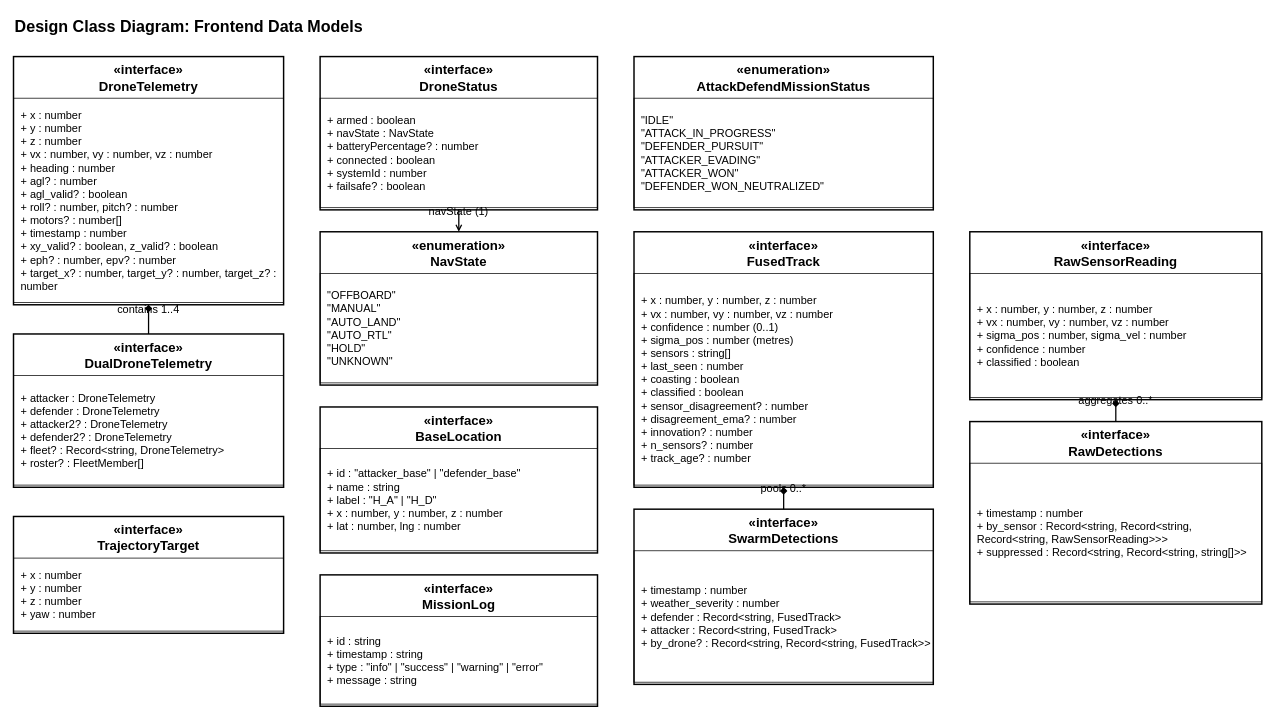
Earlier version of the draw.io diagram 09_class_frontend_models.drawio (sjd-1214/diagrams). Source tidied: cells renumbered, new cells numbered last; positions are measured from the earlier drawing's top-left corner, leaving out a move shared by most shapes. Both pictures are drawn from the tidied source at 73%, with x=0, y=0 at pixel (13, 12).
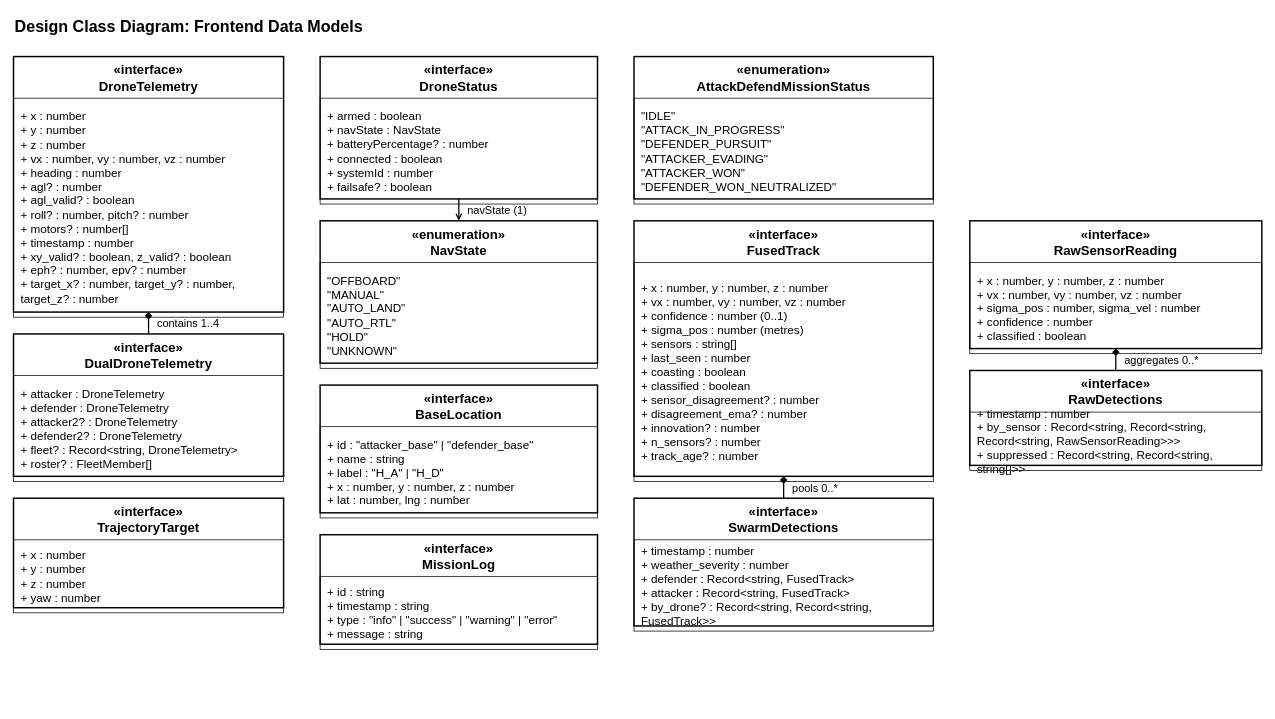
The same page after the edit.

What changed in the source:
```diff
@@
     <mxCell id="3" value="«interface»&lt;br&gt;&lt;b&gt;DroneTelemetry&lt;/b&gt;" style="whiteSpace=wrap;html=1;fillColor=none;strokeColor=#000000;fontFamily=Helvetica;fontColor=#000000;fontStyle=1;verticalAlign=top;spacingTop=2;fontSize=18;strokeWidth=2;" parent="1" vertex="1">
-      <mxGeometry y="60" width="370" height="340" as="geometry" />
+      <mxGeometry y="60" width="370" height="350" as="geometry" />
     </mxCell>
-    <mxCell id="4" value="+ x : number&lt;br&gt;+ y : number&lt;br&gt;+ z : number&lt;br&gt;+ vx : number, vy : number, vz : number&lt;br&gt;+ heading : number&lt;br&gt;+ agl? : number&lt;br&gt;+ agl_valid? : boolean&lt;br&gt;+ roll? : number, pitch? : number&lt;br&gt;+ motors? : number[]&lt;br&gt;+ timestamp : number&lt;br&gt;+ xy_valid? : boolean, z_valid? : boolean&lt;br&gt;+ eph? : number, epv? : number&lt;br&gt;+ target_x? : number, target_y? : number, target_z? : number" style="whiteSpace=wrap;html=1;fillColor=none;strokeColor=#000000;fontFamily=Helvetica;fontColor=#000000;align=left;spacingLeft=8;fontSize=15;" parent="3" vertex="1">
-      <mxGeometry y="57" width="370" height="280" as="geometry" />
+    <mxCell id="4" value="+ x : number&lt;br&gt;+ y : number&lt;br&gt;+ z : number&lt;br&gt;+ vx : number, vy : number, vz : number&lt;br&gt;+ heading : number&lt;br&gt;+ agl? : number&lt;br&gt;+ agl_valid? : boolean&lt;br&gt;+ roll? : number, pitch? : number&lt;br&gt;+ motors? : number[]&lt;br&gt;+ timestamp : number&lt;br&gt;+ xy_valid? : boolean, z_valid? : boolean&lt;br&gt;+ eph? : number, epv? : number&lt;br&gt;+ target_x? : number, target_y? : number, target_z? : number" style="whiteSpace=wrap;html=1;fillColor=none;strokeColor=#000000;fontFamily=Helvetica;fontColor=#000000;align=left;spacingLeft=8;fontSize=16;" parent="3" vertex="1">
+      <mxGeometry y="57" width="370" height="300" as="geometry" />
     </mxCell>
     <mxCell id="5" value="«interface»&lt;br&gt;&lt;b&gt;DualDroneTelemetry&lt;/b&gt;" style="whiteSpace=wrap;html=1;fillColor=none;strokeColor=#000000;fontFamily=Helvetica;fontColor=#000000;fontStyle=1;verticalAlign=top;spacingTop=2;fontSize=18;strokeWidth=2;" parent="1" vertex="1">
-      <mxGeometry y="440" width="370" height="210" as="geometry" />
+      <mxGeometry y="440" width="370" height="195" as="geometry" />
     </mxCell>
-    <mxCell id="6" value="+ attacker : DroneTelemetry&lt;br&gt;+ defender : DroneTelemetry&lt;br&gt;+ attacker2? : DroneTelemetry&lt;br&gt;+ defender2? : DroneTelemetry&lt;br&gt;+ fleet? : Record&amp;lt;string, DroneTelemetry&amp;gt;&lt;br&gt;+ roster? : FleetMember[]" style="whiteSpace=wrap;html=1;fillColor=none;strokeColor=#000000;fontFamily=Helvetica;fontColor=#000000;align=left;spacingLeft=8;fontSize=15;" parent="5" vertex="1">
-      <mxGeometry y="57" width="370" height="150" as="geometry" />
+    <mxCell id="6" value="+ attacker : DroneTelemetry&lt;br&gt;+ defender : DroneTelemetry&lt;br&gt;+ attacker2? : DroneTelemetry&lt;br&gt;+ defender2? : DroneTelemetry&lt;br&gt;+ fleet? : Record&amp;lt;string, DroneTelemetry&amp;gt;&lt;br&gt;+ roster? : FleetMember[]" style="whiteSpace=wrap;html=1;fillColor=none;strokeColor=#000000;fontFamily=Helvetica;fontColor=#000000;align=left;spacingLeft=8;fontSize=16;" parent="5" vertex="1">
+      <mxGeometry y="57" width="370" height="145" as="geometry" />
     </mxCell>
     <mxCell id="7" value="«interface»&lt;br&gt;&lt;b&gt;TrajectoryTarget&lt;/b&gt;" style="whiteSpace=wrap;html=1;fillColor=none;strokeColor=#000000;fontFamily=Helvetica;fontColor=#000000;fontStyle=1;verticalAlign=top;spacingTop=2;fontSize=18;strokeWidth=2;" parent="1" vertex="1">
-      <mxGeometry y="690" width="370" height="160" as="geometry" />
+      <mxGeometry y="665" width="370" height="150" as="geometry" />
     </mxCell>
-    <mxCell id="8" value="+ x : number&lt;br&gt;+ y : number&lt;br&gt;+ z : number&lt;br&gt;+ yaw : number" style="whiteSpace=wrap;html=1;fillColor=none;strokeColor=#000000;fontFamily=Helvetica;fontColor=#000000;align=left;spacingLeft=8;fontSize=15;" parent="7" vertex="1">
+    <mxCell id="8" value="+ x : number&lt;br&gt;+ y : number&lt;br&gt;+ z : number&lt;br&gt;+ yaw : number" style="whiteSpace=wrap;html=1;fillColor=none;strokeColor=#000000;fontFamily=Helvetica;fontColor=#000000;align=left;spacingLeft=8;fontSize=16;" parent="7" vertex="1">
       <mxGeometry y="57" width="370" height="100" as="geometry" />
     </mxCell>
     <mxCell id="9" value="«interface»&lt;br&gt;&lt;b&gt;DroneStatus&lt;/b&gt;" style="whiteSpace=wrap;html=1;fillColor=none;strokeColor=#000000;fontFamily=Helvetica;fontColor=#000000;fontStyle=1;verticalAlign=top;spacingTop=2;fontSize=18;strokeWidth=2;" parent="1" vertex="1">
-      <mxGeometry x="420" y="60" width="380" height="210" as="geometry" />
+      <mxGeometry x="420" y="60" width="380" height="195" as="geometry" />
     </mxCell>
-    <mxCell id="10" value="+ armed : boolean&lt;br&gt;+ navState : NavState&lt;br&gt;+ batteryPercentage? : number&lt;br&gt;+ connected : boolean&lt;br&gt;+ systemId : number&lt;br&gt;+ failsafe? : boolean" style="whiteSpace=wrap;html=1;fillColor=none;strokeColor=#000000;fontFamily=Helvetica;fontColor=#000000;align=left;spacingLeft=8;fontSize=15;" parent="9" vertex="1">
-      <mxGeometry y="57" width="380" height="150" as="geometry" />
+    <mxCell id="10" value="+ armed : boolean&lt;br&gt;+ navState : NavState&lt;br&gt;+ batteryPercentage? : number&lt;br&gt;+ connected : boolean&lt;br&gt;+ systemId : number&lt;br&gt;+ failsafe? : boolean" style="whiteSpace=wrap;html=1;fillColor=none;strokeColor=#000000;fontFamily=Helvetica;fontColor=#000000;align=left;spacingLeft=8;fontSize=16;" parent="9" vertex="1">
+      <mxGeometry y="57" width="380" height="145" as="geometry" />
     </mxCell>
     <mxCell id="11" value="«enumeration»&lt;br&gt;&lt;b&gt;NavState&lt;/b&gt;" style="whiteSpace=wrap;html=1;fillColor=none;strokeColor=#000000;fontFamily=Helvetica;fontColor=#000000;fontStyle=1;verticalAlign=top;spacingTop=2;fontSize=18;strokeWidth=2;" parent="1" vertex="1">
-      <mxGeometry x="420" y="300" width="380" height="210" as="geometry" />
+      <mxGeometry x="420" y="285" width="380" height="195" as="geometry" />
     </mxCell>
-    <mxCell id="12" value="&amp;quot;OFFBOARD&amp;quot;&lt;br&gt;&amp;quot;MANUAL&amp;quot;&lt;br&gt;&amp;quot;AUTO_LAND&amp;quot;&lt;br&gt;&amp;quot;AUTO_RTL&amp;quot;&lt;br&gt;&amp;quot;HOLD&amp;quot;&lt;br&gt;&amp;quot;UNKNOWN&amp;quot;" style="whiteSpace=wrap;html=1;fillColor=none;strokeColor=#000000;fontFamily=Helvetica;fontColor=#000000;align=left;spacingLeft=8;fontSize=15;" parent="11" vertex="1">
-      <mxGeometry y="57" width="380" height="150" as="geometry" />
+    <mxCell id="12" value="&amp;quot;OFFBOARD&amp;quot;&lt;br&gt;&amp;quot;MANUAL&amp;quot;&lt;br&gt;&amp;quot;AUTO_LAND&amp;quot;&lt;br&gt;&amp;quot;AUTO_RTL&amp;quot;&lt;br&gt;&amp;quot;HOLD&amp;quot;&lt;br&gt;&amp;quot;UNKNOWN&amp;quot;" style="whiteSpace=wrap;html=1;fillColor=none;strokeColor=#000000;fontFamily=Helvetica;fontColor=#000000;align=left;spacingLeft=8;fontSize=16;" parent="11" vertex="1">
+      <mxGeometry y="57" width="380" height="145" as="geometry" />
     </mxCell>
     <mxCell id="13" value="«interface»&lt;br&gt;&lt;b&gt;BaseLocation&lt;/b&gt;" style="whiteSpace=wrap;html=1;fillColor=none;strokeColor=#000000;fontFamily=Helvetica;fontColor=#000000;fontStyle=1;verticalAlign=top;spacingTop=2;fontSize=18;strokeWidth=2;" parent="1" vertex="1">
-      <mxGeometry x="420" y="540" width="380" height="200" as="geometry" />
+      <mxGeometry x="420" y="510" width="380" height="175" as="geometry" />
     </mxCell>
-    <mxCell id="14" value="+ id : &amp;quot;attacker_base&amp;quot; | &amp;quot;defender_base&amp;quot;&lt;br&gt;+ name : string&lt;br&gt;+ label : &amp;quot;H_A&amp;quot; | &amp;quot;H_D&amp;quot;&lt;br&gt;+ x : number, y : number, z : number&lt;br&gt;+ lat : number, lng : number" style="whiteSpace=wrap;html=1;fillColor=none;strokeColor=#000000;fontFamily=Helvetica;fontColor=#000000;align=left;spacingLeft=8;fontSize=15;" parent="13" vertex="1">
-      <mxGeometry y="57" width="380" height="140" as="geometry" />
+    <mxCell id="14" value="+ id : &amp;quot;attacker_base&amp;quot; | &amp;quot;defender_base&amp;quot;&lt;br&gt;+ name : string&lt;br&gt;+ label : &amp;quot;H_A&amp;quot; | &amp;quot;H_D&amp;quot;&lt;br&gt;+ x : number, y : number, z : number&lt;br&gt;+ lat : number, lng : number" style="whiteSpace=wrap;html=1;fillColor=none;strokeColor=#000000;fontFamily=Helvetica;fontColor=#000000;align=left;spacingLeft=8;fontSize=16;" parent="13" vertex="1">
+      <mxGeometry y="57" width="380" height="125" as="geometry" />
     </mxCell>
     <mxCell id="15" value="«interface»&lt;br&gt;&lt;b&gt;MissionLog&lt;/b&gt;" style="whiteSpace=wrap;html=1;fillColor=none;strokeColor=#000000;fontFamily=Helvetica;fontColor=#000000;fontStyle=1;verticalAlign=top;spacingTop=2;fontSize=18;strokeWidth=2;" parent="1" vertex="1">
-      <mxGeometry x="420" y="770" width="380" height="180" as="geometry" />
+      <mxGeometry x="420" y="715" width="380" height="150" as="geometry" />
     </mxCell>
-    <mxCell id="16" value="+ id : string&lt;br&gt;+ timestamp : string&lt;br&gt;+ type : &amp;quot;info&amp;quot; | &amp;quot;success&amp;quot; | &amp;quot;warning&amp;quot; | &amp;quot;error&amp;quot;&lt;br&gt;+ message : string" style="whiteSpace=wrap;html=1;fillColor=none;strokeColor=#000000;fontFamily=Helvetica;fontColor=#000000;align=left;spacingLeft=8;fontSize=15;" parent="15" vertex="1">
-      <mxGeometry y="57" width="380" height="120" as="geometry" />
+    <mxCell id="16" value="+ id : string&lt;br&gt;+ timestamp : string&lt;br&gt;+ type : &amp;quot;info&amp;quot; | &amp;quot;success&amp;quot; | &amp;quot;warning&amp;quot; | &amp;quot;error&amp;quot;&lt;br&gt;+ message : string" style="whiteSpace=wrap;html=1;fillColor=none;strokeColor=#000000;fontFamily=Helvetica;fontColor=#000000;align=left;spacingLeft=8;fontSize=16;" parent="15" vertex="1">
+      <mxGeometry y="57" width="380" height="100" as="geometry" />
     </mxCell>
     <mxCell id="17" value="«enumeration»&lt;br&gt;&lt;b&gt;AttackDefendMissionStatus&lt;/b&gt;" style="whiteSpace=wrap;html=1;fillColor=none;strokeColor=#000000;fontFamily=Helvetica;fontColor=#000000;fontStyle=1;verticalAlign=top;spacingTop=2;fontSize=18;strokeWidth=2;" parent="1" vertex="1">
-      <mxGeometry x="850" y="60" width="410" height="210" as="geometry" />
+      <mxGeometry x="850" y="60" width="410" height="195" as="geometry" />
     </mxCell>
-    <mxCell id="18" value="&amp;quot;IDLE&amp;quot;&lt;br&gt;&amp;quot;ATTACK_IN_PROGRESS&amp;quot;&lt;br&gt;&amp;quot;DEFENDER_PURSUIT&amp;quot;&lt;br&gt;&amp;quot;ATTACKER_EVADING&amp;quot;&lt;br&gt;&amp;quot;ATTACKER_WON&amp;quot;&lt;br&gt;&amp;quot;DEFENDER_WON_NEUTRALIZED&amp;quot;" style="whiteSpace=wrap;html=1;fillColor=none;strokeColor=#000000;fontFamily=Helvetica;fontColor=#000000;align=left;spacingLeft=8;fontSize=15;" parent="17" vertex="1">
-      <mxGeometry y="57" width="410" height="150" as="geometry" />
+    <mxCell id="18" value="&amp;quot;IDLE&amp;quot;&lt;br&gt;&amp;quot;ATTACK_IN_PROGRESS&amp;quot;&lt;br&gt;&amp;quot;DEFENDER_PURSUIT&amp;quot;&lt;br&gt;&amp;quot;ATTACKER_EVADING&amp;quot;&lt;br&gt;&amp;quot;ATTACKER_WON&amp;quot;&lt;br&gt;&amp;quot;DEFENDER_WON_NEUTRALIZED&amp;quot;" style="whiteSpace=wrap;html=1;fillColor=none;strokeColor=#000000;fontFamily=Helvetica;fontColor=#000000;align=left;spacingLeft=8;fontSize=16;" parent="17" vertex="1">
+      <mxGeometry y="57" width="410" height="145" as="geometry" />
     </mxCell>
     <mxCell id="19" value="«interface»&lt;br&gt;&lt;b&gt;FusedTrack&lt;/b&gt;" style="whiteSpace=wrap;html=1;fillColor=none;strokeColor=#000000;fontFamily=Helvetica;fontColor=#000000;fontStyle=1;verticalAlign=top;spacingTop=2;fontSize=18;strokeWidth=2;" parent="1" vertex="1">
-      <mxGeometry x="850" y="300" width="410" height="350" as="geometry" />
+      <mxGeometry x="850" y="285" width="410" height="350" as="geometry" />
     </mxCell>
-    <mxCell id="20" value="+ x : number, y : number, z : number&lt;br&gt;+ vx : number, vy : number, vz : number&lt;br&gt;+ confidence : number (0..1)&lt;br&gt;+ sigma_pos : number (metres)&lt;br&gt;+ sensors : string[]&lt;br&gt;+ last_seen : number&lt;br&gt;+ coasting : boolean&lt;br&gt;+ classified : boolean&lt;br&gt;+ sensor_disagreement? : number&lt;br&gt;+ disagreement_ema? : number&lt;br&gt;+ innovation? : number&lt;br&gt;+ n_sensors? : number&lt;br&gt;+ track_age? : number" style="whiteSpace=wrap;html=1;fillColor=none;strokeColor=#000000;fontFamily=Helvetica;fontColor=#000000;align=left;spacingLeft=8;fontSize=15;" parent="19" vertex="1">
-      <mxGeometry y="57" width="410" height="290" as="geometry" />
+    <mxCell id="20" value="+ x : number, y : number, z : number&lt;br&gt;+ vx : number, vy : number, vz : number&lt;br&gt;+ confidence : number (0..1)&lt;br&gt;+ sigma_pos : number (metres)&lt;br&gt;+ sensors : string[]&lt;br&gt;+ last_seen : number&lt;br&gt;+ coasting : boolean&lt;br&gt;+ classified : boolean&lt;br&gt;+ sensor_disagreement? : number&lt;br&gt;+ disagreement_ema? : number&lt;br&gt;+ innovation? : number&lt;br&gt;+ n_sensors? : number&lt;br&gt;+ track_age? : number" style="whiteSpace=wrap;html=1;fillColor=none;strokeColor=#000000;fontFamily=Helvetica;fontColor=#000000;align=left;spacingLeft=8;fontSize=16;" parent="19" vertex="1">
+      <mxGeometry y="57" width="410" height="300" as="geometry" />
     </mxCell>
     <mxCell id="21" value="«interface»&lt;br&gt;&lt;b&gt;SwarmDetections&lt;/b&gt;" style="whiteSpace=wrap;html=1;fillColor=none;strokeColor=#000000;fontFamily=Helvetica;fontColor=#000000;fontStyle=1;verticalAlign=top;spacingTop=2;fontSize=18;strokeWidth=2;" parent="1" vertex="1">
-      <mxGeometry x="850" y="680" width="410" height="240" as="geometry" />
+      <mxGeometry x="850" y="665" width="410" height="175" as="geometry" />
     </mxCell>
-    <mxCell id="22" value="+ timestamp : number&lt;br&gt;+ weather_severity : number&lt;br&gt;+ defender : Record&amp;lt;string, FusedTrack&amp;gt;&lt;br&gt;+ attacker : Record&amp;lt;string, FusedTrack&amp;gt;&lt;br&gt;+ by_drone? : Record&amp;lt;string, Record&amp;lt;string, FusedTrack&amp;gt;&amp;gt;" style="whiteSpace=wrap;html=1;fillColor=none;strokeColor=#000000;fontFamily=Helvetica;fontColor=#000000;align=left;spacingLeft=8;fontSize=15;" parent="21" vertex="1">
-      <mxGeometry y="57" width="410" height="180" as="geometry" />
+    <mxCell id="22" value="+ timestamp : number&lt;br&gt;+ weather_severity : number&lt;br&gt;+ defender : Record&amp;lt;string, FusedTrack&amp;gt;&lt;br&gt;+ attacker : Record&amp;lt;string, FusedTrack&amp;gt;&lt;br&gt;+ by_drone? : Record&amp;lt;string, Record&amp;lt;string, FusedTrack&amp;gt;&amp;gt;" style="whiteSpace=wrap;html=1;fillColor=none;strokeColor=#000000;fontFamily=Helvetica;fontColor=#000000;align=left;spacingLeft=8;fontSize=16;" parent="21" vertex="1">
+      <mxGeometry y="57" width="410" height="125" as="geometry" />
     </mxCell>
     <mxCell id="23" value="«interface»&lt;br&gt;&lt;b&gt;RawSensorReading&lt;/b&gt;" style="whiteSpace=wrap;html=1;fillColor=none;strokeColor=#000000;fontFamily=Helvetica;fontColor=#000000;fontStyle=1;verticalAlign=top;spacingTop=2;fontSize=18;strokeWidth=2;" parent="1" vertex="1">
-      <mxGeometry x="1310" y="300" width="400" height="230" as="geometry" />
+      <mxGeometry x="1310" y="285" width="400" height="175" as="geometry" />
     </mxCell>
-    <mxCell id="24" value="+ x : number, y : number, z : number&lt;br&gt;+ vx : number, vy : number, vz : number&lt;br&gt;+ sigma_pos : number, sigma_vel : number&lt;br&gt;+ confidence : number&lt;br&gt;+ classified : boolean" style="whiteSpace=wrap;html=1;fillColor=none;strokeColor=#000000;fontFamily=Helvetica;fontColor=#000000;align=left;spacingLeft=8;fontSize=15;" parent="23" vertex="1">
-      <mxGeometry y="57" width="400" height="170" as="geometry" />
+    <mxCell id="24" value="+ x : number, y : number, z : number&lt;br&gt;+ vx : number, vy : number, vz : number&lt;br&gt;+ sigma_pos : number, sigma_vel : number&lt;br&gt;+ confidence : number&lt;br&gt;+ classified : boolean" style="whiteSpace=wrap;html=1;fillColor=none;strokeColor=#000000;fontFamily=Helvetica;fontColor=#000000;align=left;spacingLeft=8;fontSize=16;" parent="23" vertex="1">
+      <mxGeometry y="57" width="400" height="125" as="geometry" />
     </mxCell>
     <mxCell id="25" value="«interface»&lt;br&gt;&lt;b&gt;RawDetections&lt;/b&gt;" style="whiteSpace=wrap;html=1;fillColor=none;strokeColor=#000000;fontFamily=Helvetica;fontColor=#000000;fontStyle=1;verticalAlign=top;spacingTop=2;fontSize=18;strokeWidth=2;" parent="1" vertex="1">
-      <mxGeometry x="1310" y="560" width="400" height="250" as="geometry" />
+      <mxGeometry x="1310" y="490" width="400" height="130" as="geometry" />
     </mxCell>
-    <mxCell id="26" value="+ timestamp : number&lt;br&gt;+ by_sensor : Record&amp;lt;string, Record&amp;lt;string, Record&amp;lt;string, RawSensorReading&amp;gt;&amp;gt;&amp;gt;&lt;br&gt;+ suppressed : Record&amp;lt;string, Record&amp;lt;string, string[]&amp;gt;&amp;gt;" style="whiteSpace=wrap;html=1;fillColor=none;strokeColor=#000000;fontFamily=Helvetica;fontColor=#000000;align=left;spacingLeft=8;fontSize=15;" parent="25" vertex="1">
-      <mxGeometry y="57" width="400" height="190" as="geometry" />
+    <mxCell id="26" value="+ timestamp : number&lt;br&gt;+ by_sensor : Record&amp;lt;string, Record&amp;lt;string, Record&amp;lt;string, RawSensorReading&amp;gt;&amp;gt;&amp;gt;&lt;br&gt;+ suppressed : Record&amp;lt;string, Record&amp;lt;string, string[]&amp;gt;&amp;gt;" style="whiteSpace=wrap;html=1;fillColor=none;strokeColor=#000000;fontFamily=Helvetica;fontColor=#000000;align=left;spacingLeft=8;fontSize=16;" parent="25" vertex="1">
+      <mxGeometry y="57" width="400" height="80" as="geometry" />
     </mxCell>
-    <mxCell id="27" value="contains 1..4" style="endArrow=diamond;endFill=1;strokeColor=#000000;fontFamily=Helvetica;fontColor=#000000;exitX=0.5;exitY=0;entryX=0.5;entryY=1;labelBackgroundColor=none;verticalAlign=bottom;spacingBottom=3;fontSize=15;strokeWidth=1.75;" parent="1" edge="1" source="5" target="3">
+    <mxCell id="27" value="contains 1..4" style="endArrow=diamond;endFill=1;strokeColor=#000000;fontFamily=Helvetica;fontColor=#000000;exitX=0.5;exitY=0;entryX=0.5;entryY=1;labelBackgroundColor=none;verticalAlign=middle;fontSize=15;strokeWidth=1.75;align=left;labelPosition=right;spacingLeft=10;" parent="1" edge="1" source="5" target="3">
       <mxGeometry relative="1" as="geometry" />
     </mxCell>
-    <mxCell id="28" value="navState (1)" style="endArrow=open;strokeColor=#000000;fontFamily=Helvetica;fontColor=#000000;exitX=0.5;exitY=1;entryX=0.5;entryY=0;labelBackgroundColor=none;verticalAlign=bottom;spacingBottom=3;fontSize=15;strokeWidth=1.75;" parent="1" edge="1" source="9" target="11">
+    <mxCell id="28" value="navState (1)" style="endArrow=open;strokeColor=#000000;fontFamily=Helvetica;fontColor=#000000;exitX=0.5;exitY=1;entryX=0.5;entryY=0;labelBackgroundColor=none;verticalAlign=middle;fontSize=15;strokeWidth=1.75;align=left;labelPosition=right;spacingLeft=10;" parent="1" edge="1" source="9" target="11">
       <mxGeometry relative="1" as="geometry" />
     </mxCell>
-    <mxCell id="29" value="pools 0..*" style="endArrow=diamond;endFill=1;strokeColor=#000000;fontFamily=Helvetica;fontColor=#000000;exitX=0.5;exitY=0;entryX=0.5;entryY=1;labelBackgroundColor=none;verticalAlign=bottom;spacingBottom=3;fontSize=15;strokeWidth=1.75;" parent="1" edge="1" source="21" target="19">
+    <mxCell id="29" value="pools 0..*" style="endArrow=diamond;endFill=1;strokeColor=#000000;fontFamily=Helvetica;fontColor=#000000;exitX=0.5;exitY=0;entryX=0.5;entryY=1;labelBackgroundColor=none;verticalAlign=middle;fontSize=15;strokeWidth=1.75;align=left;labelPosition=right;spacingLeft=10;" parent="1" edge="1" source="21" target="19">
       <mxGeometry relative="1" as="geometry" />
     </mxCell>
-    <mxCell id="30" value="aggregates 0..*" style="endArrow=diamond;endFill=1;strokeColor=#000000;fontFamily=Helvetica;fontColor=#000000;exitX=0.5;exitY=0;entryX=0.5;entryY=1;labelBackgroundColor=none;verticalAlign=bottom;spacingBottom=3;fontSize=15;strokeWidth=1.75;" parent="1" edge="1" source="25" target="23">
+    <mxCell id="30" value="aggregates 0..*" style="endArrow=diamond;endFill=1;strokeColor=#000000;fontFamily=Helvetica;fontColor=#000000;exitX=0.5;exitY=0;entryX=0.5;entryY=1;labelBackgroundColor=none;verticalAlign=middle;fontSize=15;strokeWidth=1.75;align=left;labelPosition=right;spacingLeft=10;" parent="1" edge="1" source="25" target="23">
       <mxGeometry relative="1" as="geometry" />
     </mxCell>
```
